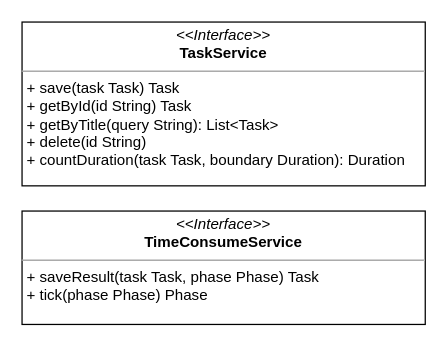
Above: page "services" (2 of 3) of design.drawio in SpectralJager/life_controll_app (draw.io), before the change. Source tidied: cells renumbered, new cells numbered last; positions are measured from the earlier drawing's top-left corner, leaving out a move shared by most shapes. Both pictures are drawn from the tidied source at 126%, with x=0, y=0 at pixel (21, 21).
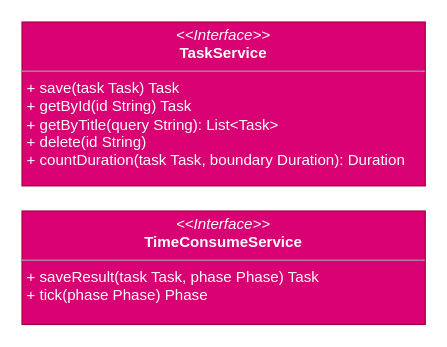
The same diagram, later.

The edit, as a diff of the source:
```diff
@@
 <mxGraphModel>
   <root>
     <mxCell id="0" />
     <mxCell id="1" parent="0" />
-    <mxCell id="2" value="&lt;p style=&quot;margin: 0px ; margin-top: 4px ; text-align: center&quot;&gt;&lt;i&gt;&amp;lt;&amp;lt;Interface&amp;gt;&amp;gt;&lt;/i&gt;&lt;br&gt;&lt;b&gt;TaskService&lt;/b&gt;&lt;/p&gt;&lt;hr size=&quot;1&quot;&gt;&lt;p style=&quot;margin: 0px ; margin-left: 4px&quot;&gt;&lt;/p&gt;&lt;p style=&quot;margin: 0px ; margin-left: 4px&quot;&gt;+ save(task Task) Task&lt;/p&gt;&lt;p style=&quot;margin: 0px ; margin-left: 4px&quot;&gt;+ getById(id String) Task&lt;/p&gt;&lt;p style=&quot;margin: 0px ; margin-left: 4px&quot;&gt;+ getByTitle(query String): List&amp;lt;Task&amp;gt;&lt;/p&gt;&lt;p style=&quot;margin: 0px ; margin-left: 4px&quot;&gt;+ delete(id String)&lt;/p&gt;&lt;p style=&quot;margin: 0px ; margin-left: 4px&quot;&gt;+ countDuration(task Task, boundary Duration): Duration&lt;/p&gt;&lt;p style=&quot;margin: 0px ; margin-left: 4px&quot;&gt;&lt;br&gt;&lt;/p&gt;" style="verticalAlign=top;align=left;overflow=fill;fontSize=12;fontFamily=Helvetica;html=1;" parent="1" vertex="1">
+    <mxCell id="2" value="&lt;p style=&quot;margin: 0px ; margin-top: 4px ; text-align: center&quot;&gt;&lt;i&gt;&amp;lt;&amp;lt;Interface&amp;gt;&amp;gt;&lt;/i&gt;&lt;br&gt;&lt;b&gt;TaskService&lt;/b&gt;&lt;/p&gt;&lt;hr size=&quot;1&quot;&gt;&lt;p style=&quot;margin: 0px ; margin-left: 4px&quot;&gt;&lt;/p&gt;&lt;p style=&quot;margin: 0px ; margin-left: 4px&quot;&gt;+ save(task Task) Task&lt;/p&gt;&lt;p style=&quot;margin: 0px ; margin-left: 4px&quot;&gt;+ getById(id String) Task&lt;/p&gt;&lt;p style=&quot;margin: 0px ; margin-left: 4px&quot;&gt;+ getByTitle(query String): List&amp;lt;Task&amp;gt;&lt;/p&gt;&lt;p style=&quot;margin: 0px ; margin-left: 4px&quot;&gt;+ delete(id String)&lt;/p&gt;&lt;p style=&quot;margin: 0px ; margin-left: 4px&quot;&gt;+ countDuration(task Task, boundary Duration): Duration&lt;/p&gt;&lt;p style=&quot;margin: 0px ; margin-left: 4px&quot;&gt;&lt;br&gt;&lt;/p&gt;" style="verticalAlign=top;align=left;overflow=fill;fontSize=12;fontFamily=Helvetica;html=1;fillColor=#d80073;fontColor=#ffffff;strokeColor=#A50040;" parent="1" vertex="1">
       <mxGeometry width="320" height="130" as="geometry" />
     </mxCell>
-    <mxCell id="3" value="&lt;p style=&quot;margin: 0px ; margin-top: 4px ; text-align: center&quot;&gt;&lt;i&gt;&amp;lt;&amp;lt;Interface&amp;gt;&amp;gt;&lt;/i&gt;&lt;br&gt;&lt;b&gt;TimeConsumeService&lt;/b&gt;&lt;/p&gt;&lt;hr size=&quot;1&quot;&gt;&lt;p style=&quot;margin: 0px ; margin-left: 4px&quot;&gt;&lt;/p&gt;&lt;p style=&quot;margin: 0px ; margin-left: 4px&quot;&gt;+ saveResult(task Task, phase Phase) Task&lt;/p&gt;&lt;p style=&quot;margin: 0px ; margin-left: 4px&quot;&gt;+ tick(phase Phase) Phase&lt;/p&gt;&lt;p style=&quot;margin: 0px ; margin-left: 4px&quot;&gt;&lt;br&gt;&lt;/p&gt;&lt;p style=&quot;margin: 0px ; margin-left: 4px&quot;&gt;&lt;br&gt;&lt;/p&gt;" style="verticalAlign=top;align=left;overflow=fill;fontSize=12;fontFamily=Helvetica;html=1;" parent="1" vertex="1">
+    <mxCell id="3" value="&lt;p style=&quot;margin: 0px ; margin-top: 4px ; text-align: center&quot;&gt;&lt;i&gt;&amp;lt;&amp;lt;Interface&amp;gt;&amp;gt;&lt;/i&gt;&lt;br&gt;&lt;b&gt;TimeConsumeService&lt;/b&gt;&lt;/p&gt;&lt;hr size=&quot;1&quot;&gt;&lt;p style=&quot;margin: 0px ; margin-left: 4px&quot;&gt;&lt;/p&gt;&lt;p style=&quot;margin: 0px ; margin-left: 4px&quot;&gt;+ saveResult(task Task, phase Phase) Task&lt;/p&gt;&lt;p style=&quot;margin: 0px ; margin-left: 4px&quot;&gt;+ tick(phase Phase) Phase&lt;/p&gt;&lt;p style=&quot;margin: 0px ; margin-left: 4px&quot;&gt;&lt;br&gt;&lt;/p&gt;&lt;p style=&quot;margin: 0px ; margin-left: 4px&quot;&gt;&lt;br&gt;&lt;/p&gt;" style="verticalAlign=top;align=left;overflow=fill;fontSize=12;fontFamily=Helvetica;html=1;fillColor=#d80073;fontColor=#ffffff;strokeColor=#A50040;" parent="1" vertex="1">
       <mxGeometry y="150" width="320" height="90" as="geometry" />
     </mxCell>
   </root>
 </mxGraphModel>
```
